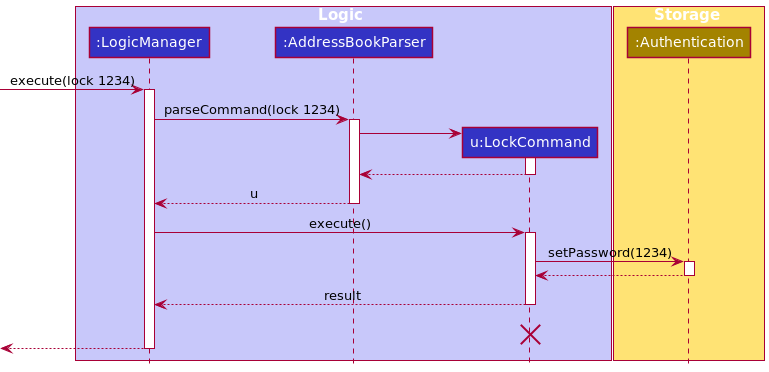
Above: docs/images/LockSequenceDiagram.png in nus-cs2103-AY2021S2/tp (PlantUML), before the change. Source of this version:
```plantuml
@startuml
!include style.puml

box Logic LOGIC_COLOR_T1
participant ":LogicManager" as LogicManager LOGIC_COLOR
participant ":AddressBookParser" as AddressBookParser LOGIC_COLOR
participant "u:LockCommand" as LockCommand LOGIC_COLOR
end box

box Storage STORAGE_COLOR_T1
participant ":Authentication" as Authentication STORAGE_COLOR
end box
[-> LogicManager : execute(lock 1234)
activate LogicManager

LogicManager -> AddressBookParser : parseCommand(lock 1234)
activate AddressBookParser

create LockCommand
AddressBookParser -> LockCommand
activate LockCommand

LockCommand --> AddressBookParser
deactivate LockCommand

AddressBookParser --> LogicManager : u
deactivate AddressBookParser

LogicManager -> LockCommand : execute()
activate LockCommand

LockCommand -> Authentication : setPassword(1234)
activate Authentication

Authentication --> LockCommand
deactivate Authentication

LockCommand --> LogicManager : result
deactivate LockCommand
LockCommand -[hidden]-> LogicManager : result
destroy LockCommand

[<--LogicManager
deactivate LogicManager
@enduml
```
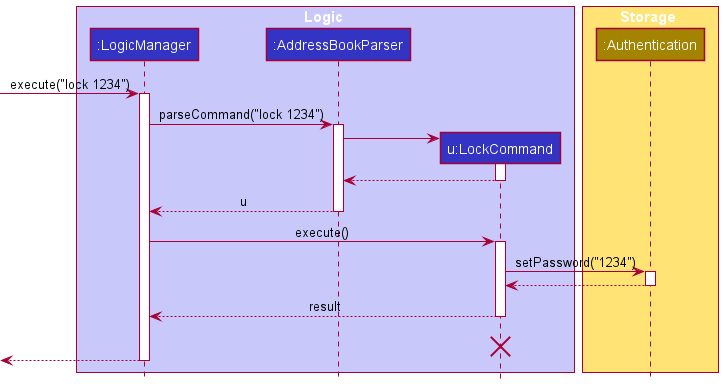
The same diagram one commit later.

What changed in the source:
```diff
@@ -10,10 +10,10 @@
 box Storage STORAGE_COLOR_T1
 participant ":Authentication" as Authentication STORAGE_COLOR
 end box
-[-> LogicManager : execute(lock 1234)
+[-> LogicManager : execute("lock 1234")
 activate LogicManager
 
-LogicManager -> AddressBookParser : parseCommand(lock 1234)
+LogicManager -> AddressBookParser : parseCommand("lock 1234")
 activate AddressBookParser
 
 create LockCommand
@@ -29,7 +29,7 @@
 LogicManager -> LockCommand : execute()
 activate LockCommand
 
-LockCommand -> Authentication : setPassword(1234)
+LockCommand -> Authentication : setPassword("1234")
 activate Authentication
 
 Authentication --> LockCommand
```
